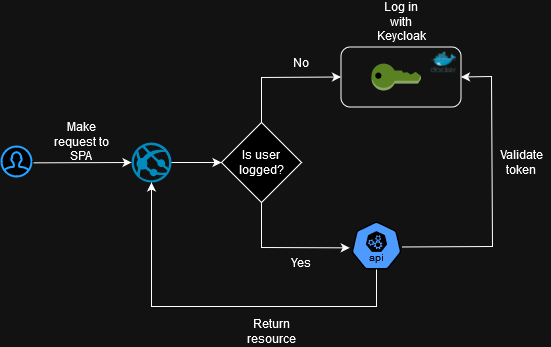
RafaelMartinezGabarda/rock-paper-scissors keeps this draw.io diagram as Assets/Diagram.png. Above is the earlier version. Source tidied: cells renumbered, new cells last; positions are measured from the earlier drawing's top-left corner, leaving out a move shared by most shapes.
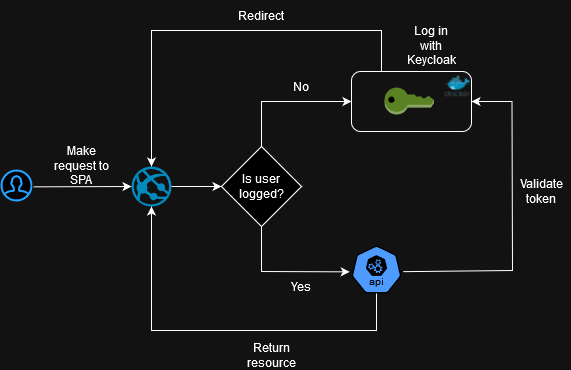
After the change.

What changed in the source:
```diff
@@ -15,7 +15,7 @@
       <mxGeometry relative="1" as="geometry" />
     </mxCell>
     <mxCell id="6" style="dashed=0;verticalLabelPosition=bottom;verticalAlign=top;align=center;html=1;shape=mxgraph.aws3.add_on;fillColor=#759C3E;gradientColor=none;" parent="1" vertex="1">
-      <mxGeometry x="370" y="57" width="49.5" height="27" as="geometry" />
+      <mxGeometry x="383" y="57" width="49.5" height="27" as="geometry" />
     </mxCell>
     <mxCell id="7" value="Make request to SPA" style="text;strokeColor=none;align=center;fillColor=none;html=1;verticalAlign=middle;whiteSpace=wrap;rounded=0;" parent="1" vertex="1">
       <mxGeometry x="50" y="120" width="60" height="30" as="geometry" />
@@ -26,7 +26,7 @@
     <mxCell id="9" value="Is user logged?" style="rhombus;whiteSpace=wrap;html=1;" parent="1" vertex="1">
       <mxGeometry x="220" y="116" width="80" height="80" as="geometry" />
     </mxCell>
-    <mxCell id="10" style="endArrow=classic;html=1;rounded=0;exitX=0.5;exitY=0;exitDx=0;exitDy=0;entryX=0;entryY=0.5;entryDx=0;entryDy=0;" parent="1" edge="1" source="9" target="18">
+    <mxCell id="10" style="endArrow=classic;html=1;rounded=0;exitX=0.5;exitY=0;exitDx=0;exitDy=0;entryX=0;entryY=0.5;entryDx=0;entryDy=0;" parent="1" edge="1" source="9" target="22">
       <mxGeometry relative="1" as="geometry">
         <Array as="points">
           <mxPoint x="260" y="71" />
@@ -47,25 +47,22 @@
       <mxGeometry x="270" y="241" width="60" height="30" as="geometry" />
     </mxCell>
     <mxCell id="14" value="Log in with Keycloak" style="text;strokeColor=none;align=center;fillColor=none;html=1;verticalAlign=middle;whiteSpace=wrap;rounded=0;" parent="1" vertex="1">
-      <mxGeometry x="369.5" width="60" height="30" as="geometry" />
+      <mxGeometry x="400" width="60" height="30" as="geometry" />
     </mxCell>
     <mxCell id="15" style="sketch=0;html=1;dashed=0;whitespace=wrap;verticalLabelPosition=bottom;verticalAlign=top;fillColor=#2875E2;strokeColor=#ffffff;points=[[0.005,0.63,0],[0.1,0.2,0],[0.9,0.2,0],[0.5,0,0],[0.995,0.63,0],[0.72,0.99,0],[0.5,1,0],[0.28,0.99,0]];shape=mxgraph.kubernetes.icon2;kubernetesLabel=1;prIcon=api;" parent="1" vertex="1">
       <mxGeometry x="350" y="215" width="50" height="48" as="geometry" />
     </mxCell>
-    <mxCell id="16" style="endArrow=classic;html=1;rounded=0;exitX=1.006;exitY=0.531;exitDx=0;exitDy=0;exitPerimeter=0;entryX=1;entryY=0.5;entryDx=0;entryDy=0;" parent="1" edge="1" source="15" target="18">
+    <mxCell id="16" style="endArrow=classic;html=1;rounded=0;exitX=1.034;exitY=0.545;exitDx=0;exitDy=0;exitPerimeter=0;entryX=1;entryY=0.5;entryDx=0;entryDy=0;" parent="1" edge="1" source="15" target="22">
       <mxGeometry relative="1" as="geometry">
         <Array as="points">
-          <mxPoint x="491" y="240" />
-          <mxPoint x="490" y="70" />
+          <mxPoint x="511" y="240" />
+          <mxPoint x="510.5" y="71" />
         </Array>
       </mxGeometry>
     </mxCell>
     <mxCell id="17" value="Validate token" style="text;strokeColor=none;align=center;fillColor=none;html=1;verticalAlign=middle;whiteSpace=wrap;rounded=0;" parent="1" vertex="1">
-      <mxGeometry x="490" y="141" width="60" height="30" as="geometry" />
+      <mxGeometry x="510" y="146" width="60" height="30" as="geometry" />
     </mxCell>
-    <mxCell id="18" style="rounded=1;whiteSpace=wrap;html=1;fillColor=none;glass=0;" parent="1" vertex="1">
-      <mxGeometry x="339.5" y="40.5" width="120" height="60" as="geometry" />
-    </mxCell>
     <mxCell id="19" style="endArrow=classic;html=1;rounded=0;exitX=0.5;exitY=1;exitDx=0;exitDy=0;exitPerimeter=0;entryX=0.5;entryY=1;entryDx=0;entryDy=0;entryPerimeter=0;" parent="1" edge="1" source="15" target="4">
       <mxGeometry relative="1" as="geometry">
         <Array as="points">
@@ -77,8 +74,22 @@
     <mxCell id="20" value="Return resource" style="text;strokeColor=none;align=center;fillColor=none;html=1;verticalAlign=middle;whiteSpace=wrap;rounded=0;" parent="1" vertex="1">
       <mxGeometry x="240" y="310" width="60" height="30" as="geometry" />
     </mxCell>
-    <mxCell id="21" style="image;sketch=0;html=1;align=center;fontSize=12;image=img/lib/mscae/Docker.svg;" parent="1" vertex="1">
-      <mxGeometry x="429.5" y="45.5" width="25.6" height="21" as="geometry" />
-    </mxCell>
+    <mxCell id="22" style="rounded=1;whiteSpace=wrap;html=1;fillColor=none;" parent="1" vertex="1">
+      <mxGeometry x="350" y="41" width="120" height="60" as="geometry" />
+    </mxCell>
+    <mxCell id="23" style="image;sketch=0;html=1;align=center;fontSize=12;image=img/lib/mscae/Docker.svg;" parent="1" vertex="1">
+      <mxGeometry x="443.4" y="45.5" width="25.6" height="21" as="geometry" />
+    </mxCell>
+    <mxCell id="24" style="endArrow=classic;html=1;rounded=0;exitX=0.25;exitY=0;exitDx=0;exitDy=0;entryX=0.5;entryY=0;entryDx=0;entryDy=0;entryPerimeter=0;" parent="1" edge="1" source="22" target="4">
+      <mxGeometry relative="1" as="geometry">
+        <Array as="points">
+          <mxPoint x="380" />
+          <mxPoint x="150" />
+        </Array>
+      </mxGeometry>
+    </mxCell>
+    <mxCell id="25" value="Redirect" style="text;strokeColor=none;align=center;fillColor=none;html=1;verticalAlign=middle;whiteSpace=wrap;rounded=0;" parent="1" vertex="1">
+      <mxGeometry x="230" y="-30" width="60" height="30" as="geometry" />
+    </mxCell>
   </root>
 </mxGraphModel>
```
